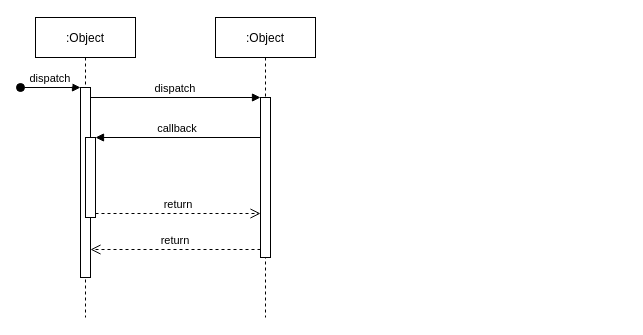
Above: AuthenticatedRequest.drawio in albertoml/code-test (draw.io), before the change. Source tidied: cells renumbered, new cells numbered last; positions are measured from the earlier drawing's top-left corner, leaving out a move shared by most shapes. Both pictures are drawn from the tidied source at 100%, with x=0, y=0 at pixel (20, 17).
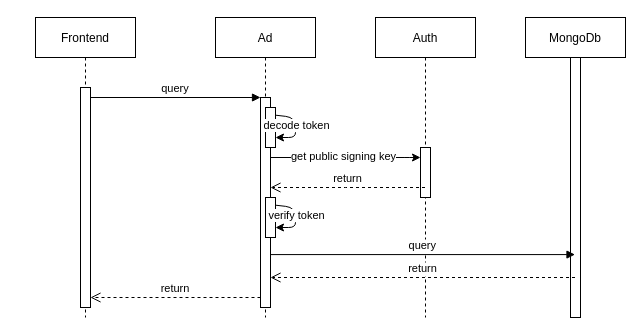
The same page after the edit.

What changed in the source:
```diff
@@
-    <mxCell id="2" value=":Object" style="shape=umlLifeline;perimeter=lifelinePerimeter;rounded=0;shadow=0;strokeWidth=1;" parent="1" vertex="1">
+    <mxCell id="2" value="Frontend" style="shape=umlLifeline;perimeter=lifelinePerimeter;rounded=0;shadow=0;strokeWidth=1;" parent="1" vertex="1">
       <mxGeometry x="15" width="100" height="300" as="geometry" />
     </mxCell>
     <mxCell id="3" style="points=[];perimeter=orthogonalPerimeter;rounded=0;shadow=0;strokeWidth=1;" parent="2" vertex="1">
-      <mxGeometry x="45" y="70" width="10" height="190" as="geometry" />
+      <mxGeometry x="45" y="70" width="10" height="220" as="geometry" />
     </mxCell>
-    <mxCell id="4" value="dispatch" style="verticalAlign=bottom;startArrow=oval;endArrow=block;startSize=8;shadow=0;strokeWidth=1;" parent="2" edge="1" target="3">
-      <mxGeometry relative="1" as="geometry">
-        <mxPoint x="-15" y="70" as="sourcePoint" />
-      </mxGeometry>
-    </mxCell>
-    <mxCell id="5" style="points=[];perimeter=orthogonalPerimeter;rounded=0;shadow=0;strokeWidth=1;" parent="2" vertex="1">
-      <mxGeometry x="50" y="120" width="10" height="80" as="geometry" />
-    </mxCell>
-    <mxCell id="6" value=":Object" style="shape=umlLifeline;perimeter=lifelinePerimeter;rounded=0;shadow=0;strokeWidth=1;" parent="1" vertex="1">
+    <mxCell id="6" value="Ad" style="shape=umlLifeline;perimeter=lifelinePerimeter;rounded=0;shadow=0;strokeWidth=1;" parent="1" vertex="1">
       <mxGeometry x="195" width="100" height="300" as="geometry" />
     </mxCell>
     <mxCell id="7" style="points=[];perimeter=orthogonalPerimeter;rounded=0;shadow=0;strokeWidth=1;" parent="6" vertex="1">
-      <mxGeometry x="45" y="80" width="10" height="160" as="geometry" />
+      <mxGeometry x="45" y="80" width="10" height="210" as="geometry" />
     </mxCell>
+    <mxCell id="12" style="points=[];perimeter=orthogonalPerimeter;rounded=0;shadow=0;strokeWidth=1;" parent="6" vertex="1">
+      <mxGeometry x="50" y="180" width="10" height="40" as="geometry" />
+    </mxCell>
+    <mxCell id="13" style="endArrow=classic;html=1;exitX=1.043;exitY=0.193;exitDx=0;exitDy=0;exitPerimeter=0;" parent="6" edge="1" source="12" target="12">
+      <mxGeometry relative="1" as="geometry" />
+    </mxCell>
+    <mxCell id="14" value="verify token" style="edgeLabel;html=1;align=center;verticalAlign=middle;" parent="13" vertex="1">
+      <mxGeometry x="-0.34" y="-6" relative="1" as="geometry">
+        <mxPoint x="6" y="7" as="offset" />
+      </mxGeometry>
+    </mxCell>
-    <mxCell id="8" value="return" style="verticalAlign=bottom;endArrow=open;dashed=1;endSize=8;exitX=0;exitY=0.95;shadow=0;strokeWidth=1;" parent="1" edge="1" source="7" target="3">
-      <mxGeometry relative="1" as="geometry" />
+    <mxCell id="8" value="return" style="verticalAlign=bottom;endArrow=open;dashed=1;endSize=8;exitX=0;exitY=0.95;shadow=0;strokeWidth=1;" parent="1" edge="1">
+      <mxGeometry relative="1" as="geometry">
+        <mxPoint x="240" y="280" as="sourcePoint" />
+        <mxPoint x="70" y="280" as="targetPoint" />
+      </mxGeometry>
     </mxCell>
-    <mxCell id="9" value="dispatch" style="verticalAlign=bottom;endArrow=block;entryX=0;entryY=0;shadow=0;strokeWidth=1;" parent="1" edge="1" source="3" target="7">
+    <mxCell id="9" value="query" style="verticalAlign=bottom;endArrow=block;entryX=0;entryY=0;shadow=0;strokeWidth=1;" parent="1" edge="1" source="3" target="7">
       <mxGeometry relative="1" as="geometry" />
     </mxCell>
-    <mxCell id="10" value="callback" style="verticalAlign=bottom;endArrow=block;entryX=1;entryY=0;shadow=0;strokeWidth=1;" parent="1" edge="1" source="7" target="5">
-      <mxGeometry relative="1" as="geometry" />
-    </mxCell>
-    <mxCell id="11" value="return" style="verticalAlign=bottom;endArrow=open;dashed=1;endSize=8;exitX=1;exitY=0.95;shadow=0;strokeWidth=1;" parent="1" edge="1" source="5" target="7">
-      <mxGeometry relative="1" as="geometry" />
-    </mxCell>
+    <mxCell id="15" value="Auth" style="shape=umlLifeline;perimeter=lifelinePerimeter;rounded=0;shadow=0;strokeWidth=1;" parent="1" vertex="1">
+      <mxGeometry x="355" width="100" height="300" as="geometry" />
+    </mxCell>
+    <mxCell id="16" style="points=[];perimeter=orthogonalPerimeter;rounded=0;shadow=0;strokeWidth=1;" parent="15" vertex="1">
+      <mxGeometry x="45" y="130" width="10" height="50" as="geometry" />
+    </mxCell>
+    <mxCell id="17" style="points=[];perimeter=orthogonalPerimeter;rounded=0;shadow=0;strokeWidth=1;" parent="1" vertex="1">
+      <mxGeometry x="245" y="90" width="10" height="40" as="geometry" />
+    </mxCell>
+    <mxCell id="18" style="endArrow=classic;html=1;exitX=1.043;exitY=0.193;exitDx=0;exitDy=0;exitPerimeter=0;" parent="1" edge="1" source="17" target="17">
+      <mxGeometry relative="1" as="geometry" />
+    </mxCell>
+    <mxCell id="19" value="decode token" style="edgeLabel;html=1;align=center;verticalAlign=middle;" parent="18" vertex="1">
+      <mxGeometry x="-0.34" y="-6" relative="1" as="geometry">
+        <mxPoint x="6" y="7" as="offset" />
+      </mxGeometry>
+    </mxCell>
+    <mxCell id="20" style="endArrow=classic;html=1;" parent="1" edge="1" source="7" target="16">
+      <mxGeometry relative="1" as="geometry">
+        <Array as="points">
+          <mxPoint x="385" y="140" />
+        </Array>
+      </mxGeometry>
+    </mxCell>
+    <mxCell id="21" value="get public signing key" style="edgeLabel;html=1;align=center;verticalAlign=middle;" parent="20" vertex="1">
+      <mxGeometry x="-0.04" y="2" relative="1" as="geometry" />
+    </mxCell>
+    <mxCell id="22" value="return" style="verticalAlign=bottom;endArrow=open;dashed=1;endSize=8;shadow=0;strokeWidth=1;" parent="1" edge="1" source="15" target="7">
+      <mxGeometry relative="1" as="geometry">
+        <Array as="points">
+          <mxPoint x="315" y="170" />
+        </Array>
+      </mxGeometry>
+    </mxCell>
+    <mxCell id="23" value="MongoDb" style="shape=umlLifeline;perimeter=lifelinePerimeter;rounded=0;shadow=0;strokeWidth=1;" parent="1" vertex="1">
+      <mxGeometry x="505" width="100" height="300" as="geometry" />
+    </mxCell>
+    <mxCell id="24" style="perimeter=orthogonalPerimeter;rounded=0;shadow=0;strokeWidth=1;" parent="23" vertex="1">
+      <mxGeometry x="45" y="40" width="10" height="260" as="geometry" />
+    </mxCell>
+    <mxCell id="25" value="query" style="verticalAlign=bottom;endArrow=block;shadow=0;strokeWidth=1;exitX=1.029;exitY=0.748;exitDx=0;exitDy=0;exitPerimeter=0;" parent="1" edge="1" source="7" target="23">
+      <mxGeometry relative="1" as="geometry" />
+    </mxCell>
+    <mxCell id="26" value="return" style="verticalAlign=bottom;endArrow=open;dashed=1;endSize=8;shadow=0;strokeWidth=1;" parent="1" edge="1" source="23" target="7">
+      <mxGeometry relative="1" as="geometry">
+        <Array as="points">
+          <mxPoint x="355" y="260" />
+        </Array>
+      </mxGeometry>
+    </mxCell>
```
